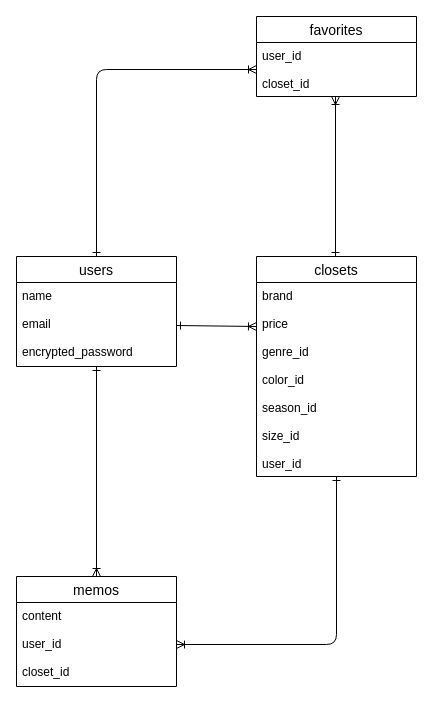
Tsukumo290/app-38322 keeps this draw.io diagram as ER.dio. Above is the earlier version. Source tidied: cells renumbered, new cells numbered last; positions are measured from the earlier drawing's top-left corner, leaving out a move shared by most shapes. Both pictures are drawn from the tidied source at 100%, with x=0, y=0 at pixel (16, 16).
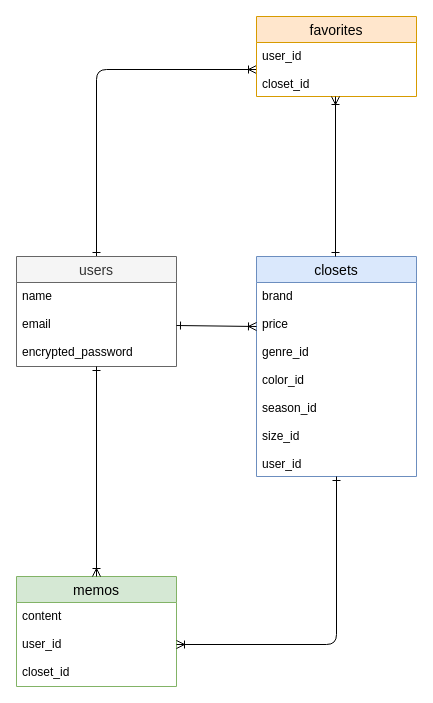
Above is the later version.

Diff of the diagram source:
```diff
@@
 <mxGraphModel>
   <root>
     <mxCell id="0" />
     <mxCell id="1" parent="0" />
     <mxCell id="2" style="edgeStyle=none;html=1;entryX=0;entryY=0.5;entryDx=0;entryDy=0;startArrow=ERone;startFill=0;endArrow=ERoneToMany;endFill=0;" parent="1" edge="1" source="3" target="13">
       <mxGeometry relative="1" as="geometry">
         <Array as="points">
           <mxPoint x="80" y="53" />
         </Array>
       </mxGeometry>
     </mxCell>
-    <mxCell id="3" value="users" style="swimlane;fontStyle=0;horizontal=1;startSize=26;align=center;fontSize=14;" parent="1" vertex="1">
+    <mxCell id="3" value="users" style="swimlane;fontStyle=0;horizontal=1;startSize=26;align=center;fontSize=14;fillColor=#f5f5f5;fontColor=#333333;strokeColor=#666666;" parent="1" vertex="1">
       <mxGeometry y="240" width="160" height="110" as="geometry" />
     </mxCell>
     <mxCell id="4" value="name&#10;&#10;email&#10;&#10;encrypted_password" style="text;strokeColor=none;fillColor=none;spacingLeft=4;spacingRight=4;overflow=hidden;points=[[0,0.5],[1,0.5]];portConstraint=eastwest;fontSize=12;" parent="3" vertex="1">
       <mxGeometry y="26" width="160" height="84" as="geometry" />
     </mxCell>
-    <mxCell id="5" value="closets" style="swimlane;fontStyle=0;horizontal=1;startSize=26;align=center;fontSize=14;" parent="1" vertex="1">
+    <mxCell id="5" value="closets" style="swimlane;fontStyle=0;horizontal=1;startSize=26;align=center;fontSize=14;fillColor=#dae8fc;strokeColor=#6c8ebf;" parent="1" vertex="1">
       <mxGeometry x="240" y="240" width="160" height="220" as="geometry" />
     </mxCell>
     <mxCell id="6" value="brand&#10;&#10;price&#10;&#10;genre_id&#10;&#10;color_id&#10;&#10;season_id&#10;&#10;size_id&#10;&#10;user_id" style="text;strokeColor=none;fillColor=none;spacingLeft=4;spacingRight=4;overflow=hidden;points=[[0,0.5],[1,0.5]];portConstraint=eastwest;fontSize=12;" parent="5" vertex="1">
       <mxGeometry y="26" width="160" height="194" as="geometry" />
     </mxCell>
     <mxCell id="7" style="edgeStyle=none;html=1;startArrow=ERone;startFill=0;endArrow=ERoneToMany;endFill=0;" parent="1" edge="1" source="4">
       <mxGeometry relative="1" as="geometry">
         <mxPoint x="240" y="310" as="targetPoint" />
       </mxGeometry>
     </mxCell>
-    <mxCell id="8" value="memos" style="swimlane;fontStyle=0;horizontal=1;startSize=26;align=center;fontSize=14;" parent="1" vertex="1">
+    <mxCell id="8" value="memos" style="swimlane;fontStyle=0;horizontal=1;startSize=26;align=center;fontSize=14;fillColor=#d5e8d4;strokeColor=#82b366;" parent="1" vertex="1">
       <mxGeometry y="560" width="160" height="110" as="geometry" />
     </mxCell>
     <mxCell id="9" value="content&#10;&#10;user_id&#10;&#10;closet_id" style="text;strokeColor=none;fillColor=none;spacingLeft=4;spacingRight=4;overflow=hidden;points=[[0,0.5],[1,0.5]];portConstraint=eastwest;fontSize=12;" parent="8" vertex="1">
       <mxGeometry y="26" width="160" height="84" as="geometry" />
     </mxCell>
     <mxCell id="10" style="edgeStyle=none;html=1;entryX=0.5;entryY=0;entryDx=0;entryDy=0;endArrow=ERoneToMany;endFill=0;startArrow=ERone;startFill=0;" parent="1" edge="1" source="4" target="8">
       <mxGeometry relative="1" as="geometry" />
     </mxCell>
     <mxCell id="11" style="edgeStyle=none;html=1;entryX=1;entryY=0.5;entryDx=0;entryDy=0;endArrow=ERoneToMany;endFill=0;startArrow=ERone;startFill=0;" parent="1" edge="1" source="6" target="9">
       <mxGeometry relative="1" as="geometry">
         <Array as="points">
           <mxPoint x="320" y="628" />
         </Array>
       </mxGeometry>
     </mxCell>
-    <mxCell id="12" value="favorites" style="swimlane;fontStyle=0;horizontal=1;startSize=26;align=center;fontSize=14;" parent="1" vertex="1">
+    <mxCell id="12" value="favorites" style="swimlane;fontStyle=0;horizontal=1;startSize=26;align=center;fontSize=14;fillColor=#ffe6cc;strokeColor=#d79b00;" parent="1" vertex="1">
       <mxGeometry x="240" width="160" height="80" as="geometry" />
     </mxCell>
     <mxCell id="13" value="user_id&#10;&#10;closet_id" style="text;strokeColor=none;fillColor=none;spacingLeft=4;spacingRight=4;overflow=hidden;points=[[0,0.5],[1,0.5]];portConstraint=eastwest;fontSize=12;" parent="12" vertex="1">
       <mxGeometry y="26" width="160" height="54" as="geometry" />
     </mxCell>
     <mxCell id="14" style="edgeStyle=none;html=1;startArrow=ERone;startFill=0;endArrow=ERoneToMany;endFill=0;" parent="1" edge="1">
       <mxGeometry relative="1" as="geometry">
         <mxPoint x="319" y="240" as="sourcePoint" />
         <mxPoint x="319" y="80" as="targetPoint" />
       </mxGeometry>
     </mxCell>
   </root>
 </mxGraphModel>
```
